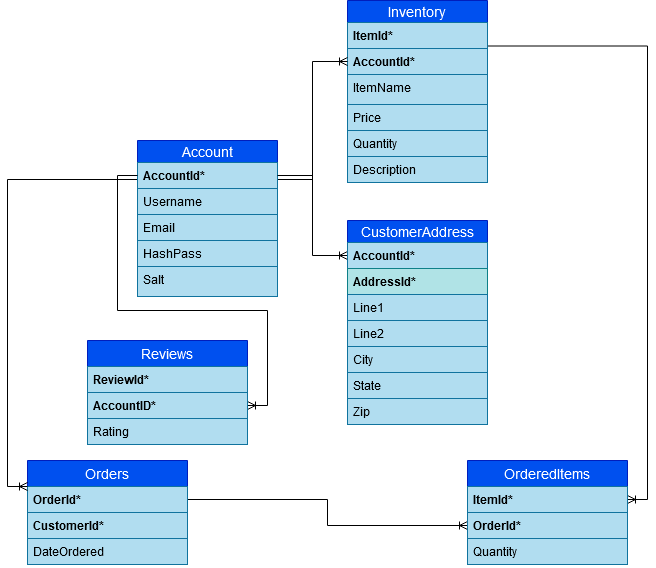
Before: Docs/DrivrER.png, a diagram exported from draw.io (jcorm714/Naybrr). Source tidied: cells renumbered, new cells last; positions are measured from the earlier drawing's top-left corner, leaving out a move shared by most shapes.
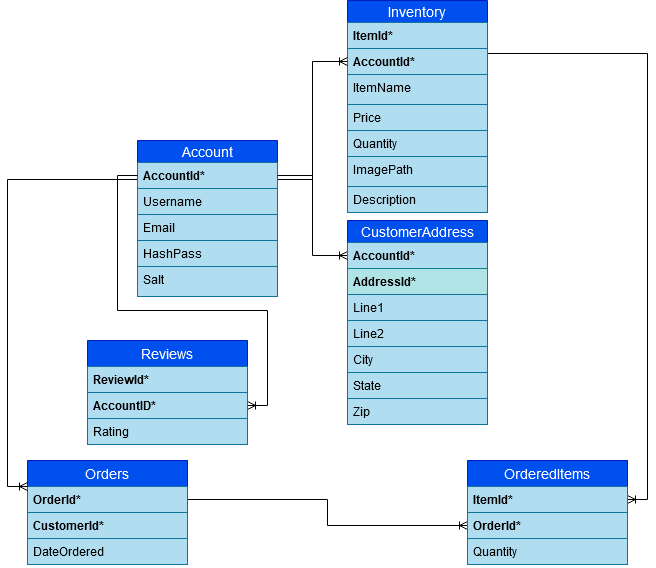
After the change.

The edit, as a diff of the source:
```diff
@@ -6,7 +6,7 @@
       <mxGeometry relative="1" as="geometry" />
     </mxCell>
     <mxCell id="3" value="Inventory" style="swimlane;fontStyle=0;horizontal=1;startSize=22;align=center;fontSize=14;fillColor=#0050ef;strokeColor=#001DBC;fontColor=#ffffff;" parent="1" vertex="1">
-      <mxGeometry x="320" width="140" height="182" as="geometry" />
+      <mxGeometry x="320" width="140" height="212" as="geometry" />
     </mxCell>
     <mxCell id="4" value="ItemId*" style="text;strokeColor=#10739e;fillColor=#b1ddf0;spacingLeft=4;spacingRight=4;overflow=hidden;fontSize=12;fontStyle=1;" parent="3" vertex="1">
       <mxGeometry y="22" width="140" height="26" as="geometry" />
@@ -23,8 +23,11 @@
     <mxCell id="8" value="Quantity" style="text;strokeColor=#10739e;fillColor=#b1ddf0;spacingLeft=4;spacingRight=4;overflow=hidden;fontSize=12;" parent="3" vertex="1">
       <mxGeometry y="130" width="140" height="26" as="geometry" />
     </mxCell>
+    <mxCell id="41" value="ImagePath" style="text;strokeColor=#10739e;fillColor=#b1ddf0;spacingLeft=4;spacingRight=4;overflow=hidden;fontSize=12;" parent="3" vertex="1">
+      <mxGeometry y="156" width="140" height="30" as="geometry" />
+    </mxCell>
     <mxCell id="9" value="Description" style="text;strokeColor=#10739e;fillColor=#b1ddf0;spacingLeft=4;spacingRight=4;overflow=hidden;fontSize=12;" parent="3" vertex="1">
-      <mxGeometry y="156" width="140" height="26" as="geometry" />
+      <mxGeometry y="186" width="140" height="26" as="geometry" />
     </mxCell>
     <mxCell id="10" style="edgeStyle=orthogonalEdgeStyle;rounded=0;jettySize=auto;html=1;exitX=1;exitY=0.5;exitDx=0;exitDy=0;entryX=0;entryY=0.5;entryDx=0;entryDy=0;endArrow=ERoneToMany;endFill=0;" parent="1" edge="1" source="16" target="13">
       <mxGeometry relative="1" as="geometry" />
```
